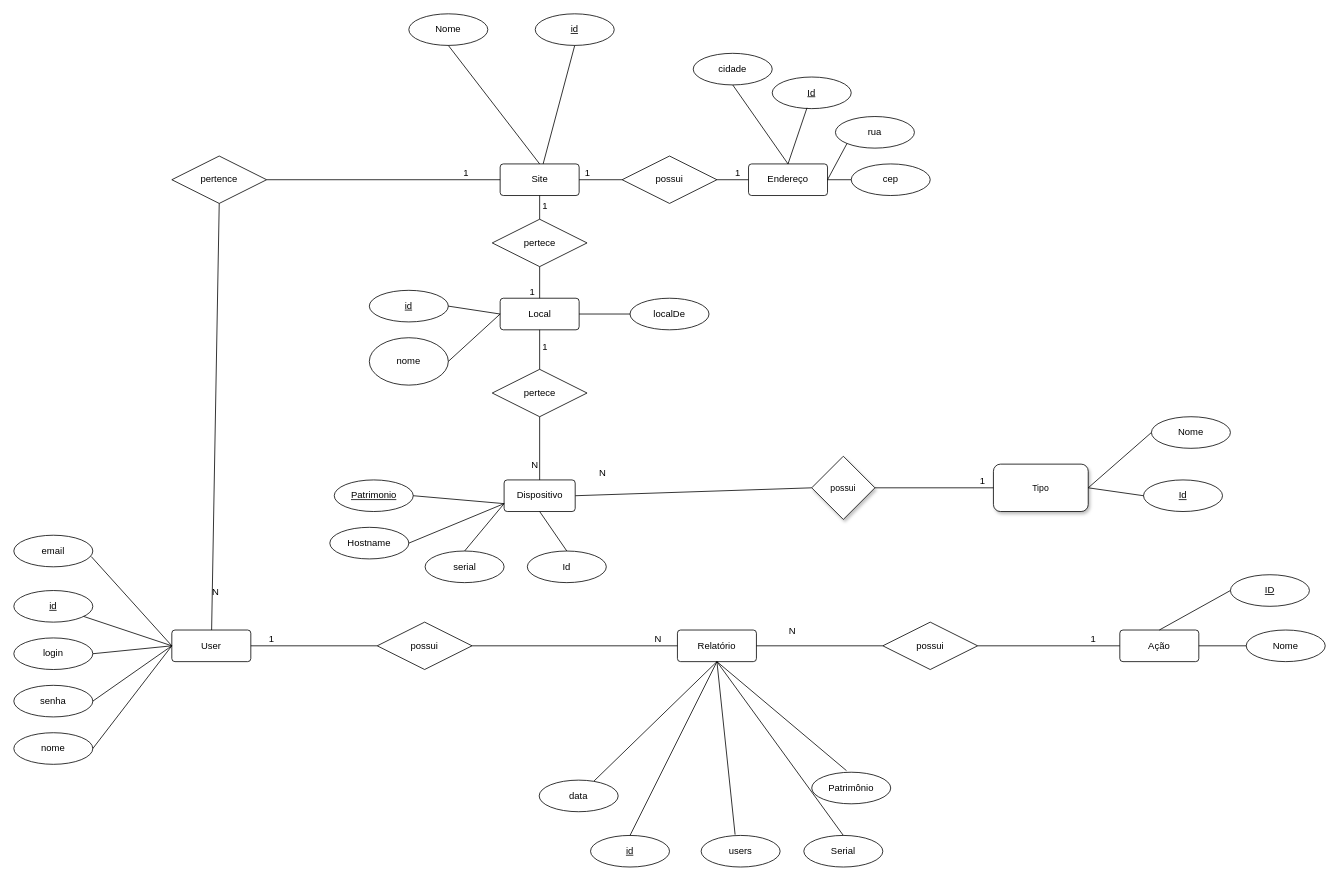
Before: app/static/img/monitora.drawio in jesiqueira/monitora, a draw.io diagram. Source tidied: cells renumbered, new cells numbered last; positions are measured from the earlier drawing's top-left corner, leaving out a move shared by most shapes. Both pictures are drawn from the tidied source at 79%, with x=0, y=0 at pixel (13, 13).
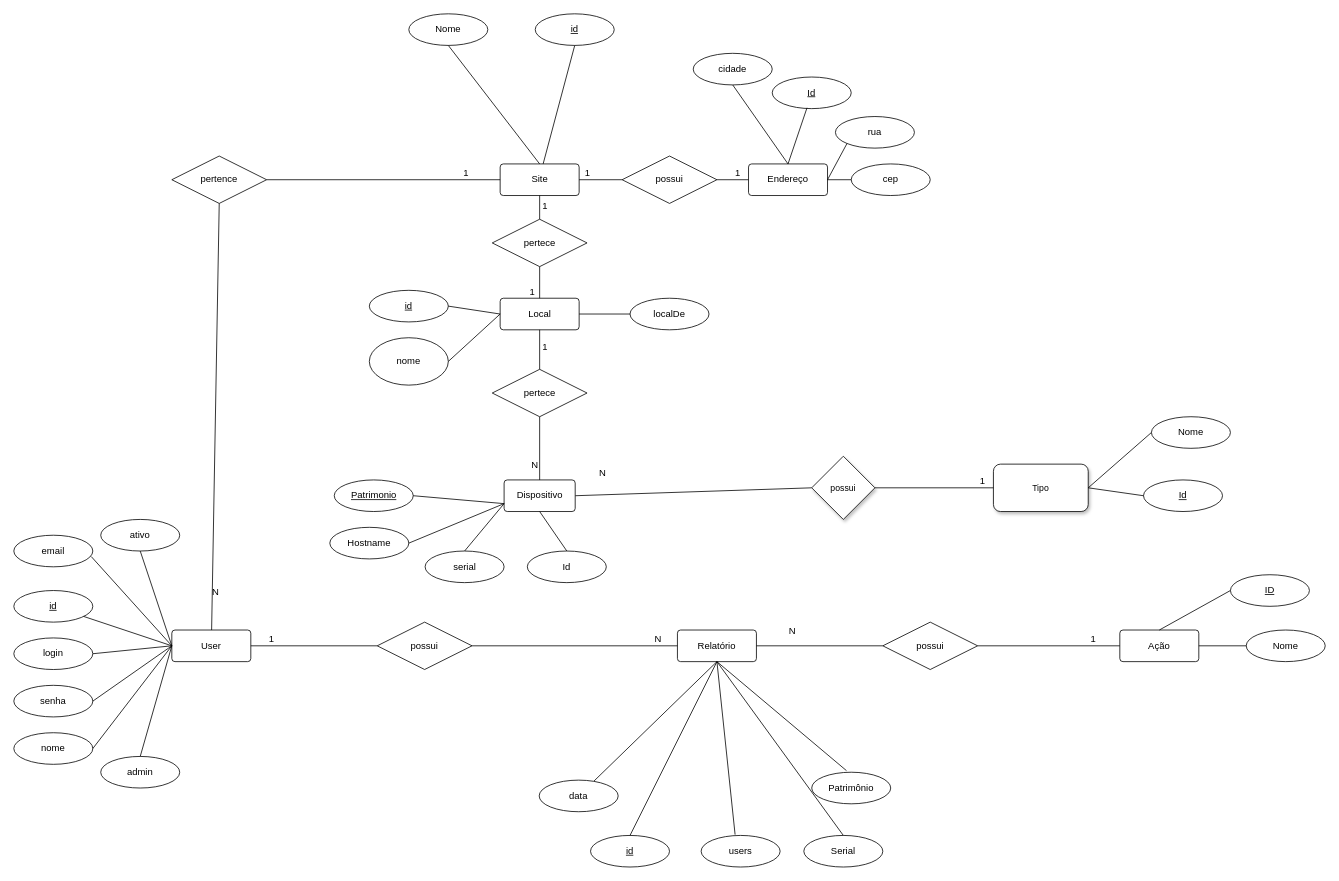
After the change.

Commit message (it also covers changes not shown here):
Atualizado bootstrap para versão 4.2, e atualizado BD table usuarios adicionando controle de perfil Admin e controle de conta Ativa ou não

The change refers to these unchanged cells:
```xml
<mxCell id="37" value="User" style="rounded=1;arcSize=10;whiteSpace=wrap;html=1;align=center;" parent="1" vertex="1">
  <mxGeometry x="200" y="780" width="100" height="40" as="geometry" />
</mxCell>
```

What changed in the source:
```diff
@@
+    <mxCell id="101" value="admin" style="ellipse;whiteSpace=wrap;html=1;align=center;" parent="1" vertex="1">
+      <mxGeometry x="110" y="940" width="100" height="40" as="geometry" />
+    </mxCell>
+    <mxCell id="102" style="endArrow=none;html=1;rounded=0;exitX=0;exitY=0.5;exitDx=0;exitDy=0;entryX=0.5;entryY=0;entryDx=0;entryDy=0;" parent="1" edge="1" source="37" target="101">
+      <mxGeometry relative="1" as="geometry" />
+    </mxCell>
+    <mxCell id="103" value="ativo" style="ellipse;whiteSpace=wrap;html=1;align=center;" parent="1" vertex="1">
+      <mxGeometry x="110" y="640" width="100" height="40" as="geometry" />
+    </mxCell>
+    <mxCell id="104" style="endArrow=none;html=1;rounded=0;entryX=0.5;entryY=1;entryDx=0;entryDy=0;" parent="1" edge="1" target="103">
+      <mxGeometry relative="1" as="geometry">
+        <mxPoint x="200" y="800" as="sourcePoint" />
+      </mxGeometry>
+    </mxCell>
```
